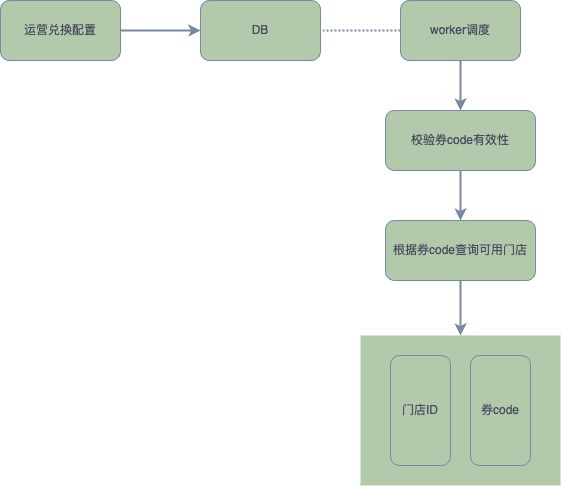
Before: 优惠券兑换缓存存储.png, a diagram exported from draw.io (845642761/diagram). Source tidied: cells renumbered, new cells last; positions are measured from the earlier drawing's top-left corner, leaving out a move shared by most shapes.
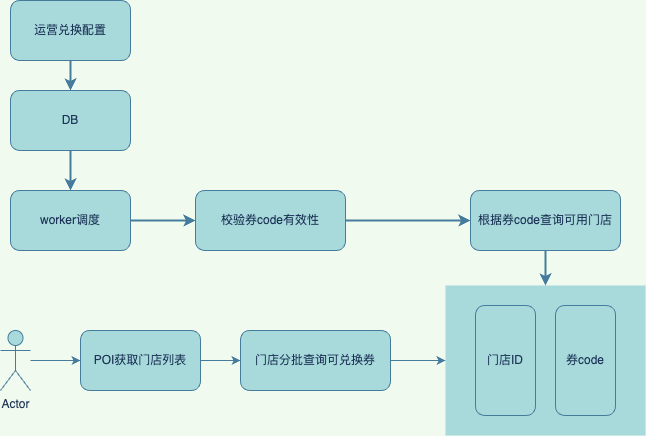
The same file after the commit.

Commit message:
更新优惠券兑换缓存存储.png

Change to the diagram source:
```diff
@@ -1,48 +1,68 @@
-<mxGraphModel>
+<mxGraphModel background="#F1FAEE">
   <root>
     <mxCell id="0" />
     <mxCell id="1" parent="0" />
-    <mxCell id="2" style="edgeStyle=orthogonalEdgeStyle;rounded=0;jettySize=auto;html=1;strokeColor=#788AA3;fontColor=#46495D;fillColor=#B2C9AB;strokeWidth=2;" parent="1" edge="1" source="3" target="4">
+    <mxCell id="2" style="edgeStyle=orthogonalEdgeStyle;rounded=0;jettySize=auto;html=1;strokeColor=#457B9D;fontColor=#1D3557;fillColor=#A8DADC;strokeWidth=2;labelBackgroundColor=#F1FAEE;" parent="1" edge="1" source="3" target="4">
       <mxGeometry relative="1" as="geometry" />
     </mxCell>
-    <mxCell id="3" value="运营兑换配置" style="rounded=1;whiteSpace=wrap;html=1;strokeColor=#788AA3;fontColor=#46495D;fillColor=#B2C9AB;" parent="1" vertex="1">
-      <mxGeometry width="120" height="60" as="geometry" />
+    <mxCell id="3" value="运营兑换配置" style="rounded=1;whiteSpace=wrap;html=1;strokeColor=#457B9D;fontColor=#1D3557;fillColor=#A8DADC;" parent="1" vertex="1">
+      <mxGeometry x="-80" y="-40" width="120" height="60" as="geometry" />
     </mxCell>
+    <mxCell id="16" style="edgeStyle=orthogonalEdgeStyle;rounded=0;jettySize=auto;html=1;strokeColor=#457B9D;fontColor=#1D3557;fillColor=#A8DADC;strokeWidth=2;" parent="1" edge="1" source="4" target="7">
+      <mxGeometry relative="1" as="geometry" />
+    </mxCell>
-    <mxCell id="4" value="DB" style="whiteSpace=wrap;html=1;fillColor=#B2C9AB;strokeColor=#788AA3;fontColor=#46495D;rounded=1;" parent="1" vertex="1">
-      <mxGeometry x="200" width="120" height="60" as="geometry" />
+    <mxCell id="4" value="DB" style="whiteSpace=wrap;html=1;fillColor=#A8DADC;strokeColor=#457B9D;fontColor=#1D3557;rounded=1;" parent="1" vertex="1">
+      <mxGeometry x="-80" y="50" width="120" height="60" as="geometry" />
     </mxCell>
-    <mxCell id="5" style="edgeStyle=orthogonalEdgeStyle;rounded=0;jettySize=auto;html=1;strokeColor=#788AA3;fontColor=#46495D;fillColor=#B2C9AB;strokeWidth=2;" parent="1" edge="1" source="7" target="9">
+    <mxCell id="5" style="edgeStyle=orthogonalEdgeStyle;rounded=0;jettySize=auto;html=1;strokeColor=#457B9D;fontColor=#1D3557;fillColor=#A8DADC;strokeWidth=2;labelBackgroundColor=#F1FAEE;" parent="1" edge="1" source="7" target="9">
       <mxGeometry relative="1" as="geometry" />
     </mxCell>
-    <mxCell id="6" style="edgeStyle=orthogonalEdgeStyle;rounded=0;jettySize=auto;html=1;exitX=0;exitY=0.5;exitDx=0;exitDy=0;strokeColor=#788AA3;fontColor=#46495D;fillColor=#B2C9AB;startArrow=none;startFill=0;dashed=1;dashPattern=1 1;endArrow=none;endFill=0;strokeWidth=2;" parent="1" edge="1" source="7" target="4">
-      <mxGeometry relative="1" as="geometry" />
-    </mxCell>
-    <mxCell id="7" value="worker调度" style="rounded=1;whiteSpace=wrap;html=1;strokeColor=#788AA3;fontColor=#46495D;fillColor=#B2C9AB;" parent="1" vertex="1">
-      <mxGeometry x="400" width="120" height="60" as="geometry" />
+    <mxCell id="7" value="worker调度" style="rounded=1;whiteSpace=wrap;html=1;strokeColor=#457B9D;fontColor=#1D3557;fillColor=#A8DADC;" parent="1" vertex="1">
+      <mxGeometry x="-80" y="150" width="120" height="60" as="geometry" />
     </mxCell>
-    <mxCell id="8" style="edgeStyle=orthogonalEdgeStyle;rounded=0;jettySize=auto;html=1;entryX=0.5;entryY=0;entryDx=0;entryDy=0;strokeColor=#788AA3;fontColor=#46495D;startArrow=none;startFill=0;fillColor=#B2C9AB;strokeWidth=2;" parent="1" edge="1" source="9" target="15">
+    <mxCell id="8" style="edgeStyle=orthogonalEdgeStyle;rounded=0;jettySize=auto;html=1;entryX=0;entryY=0.5;entryDx=0;entryDy=0;strokeColor=#457B9D;fontColor=#1D3557;startArrow=none;startFill=0;fillColor=#A8DADC;strokeWidth=2;labelBackgroundColor=#F1FAEE;" parent="1" edge="1" source="9" target="15">
       <mxGeometry relative="1" as="geometry" />
     </mxCell>
-    <mxCell id="9" value="校验券code有效性" style="whiteSpace=wrap;html=1;fillColor=#B2C9AB;strokeColor=#788AA3;fontColor=#46495D;rounded=1;" parent="1" vertex="1">
-      <mxGeometry x="385" y="110" width="150" height="60" as="geometry" />
+    <mxCell id="9" value="校验券code有效性" style="whiteSpace=wrap;html=1;fillColor=#A8DADC;strokeColor=#457B9D;fontColor=#1D3557;rounded=1;" parent="1" vertex="1">
+      <mxGeometry x="105" y="150" width="150" height="60" as="geometry" />
     </mxCell>
-    <mxCell id="10" style="group;fontColor=#46495D;" parent="1" vertex="1">
-      <mxGeometry x="360" y="335" width="200" height="150" as="geometry" />
+    <mxCell id="10" style="group;fontColor=#1D3557;" parent="1" vertex="1">
+      <mxGeometry x="355" y="245" width="200" height="150" as="geometry" />
     </mxCell>
-    <mxCell id="11" style="rounded=0;whiteSpace=wrap;html=1;strokeColor=none;fillColor=#B2C9AB;fontColor=#46495D;" parent="10" vertex="1">
+    <mxCell id="11" style="rounded=0;whiteSpace=wrap;html=1;strokeColor=none;fillColor=#A8DADC;fontColor=#1D3557;" parent="10" vertex="1">
       <mxGeometry width="200" height="150" as="geometry" />
     </mxCell>
-    <mxCell id="12" value="门店ID" style="whiteSpace=wrap;html=1;fillColor=#B2C9AB;strokeColor=#788AA3;fontColor=#46495D;rounded=1;" parent="10" vertex="1">
+    <mxCell id="12" value="门店ID" style="whiteSpace=wrap;html=1;fillColor=#A8DADC;strokeColor=#457B9D;fontColor=#1D3557;rounded=1;" parent="10" vertex="1">
       <mxGeometry x="30" y="20" width="60" height="110" as="geometry" />
     </mxCell>
-    <mxCell id="13" value="券code" style="whiteSpace=wrap;html=1;fillColor=#B2C9AB;strokeColor=#788AA3;fontColor=#46495D;rounded=1;" parent="10" vertex="1">
+    <mxCell id="13" value="券code" style="whiteSpace=wrap;html=1;fillColor=#A8DADC;strokeColor=#457B9D;fontColor=#1D3557;rounded=1;" parent="10" vertex="1">
       <mxGeometry x="110" y="20" width="60" height="110" as="geometry" />
     </mxCell>
-    <mxCell id="14" style="edgeStyle=orthogonalEdgeStyle;rounded=0;jettySize=auto;html=1;strokeColor=#788AA3;fontColor=#46495D;startArrow=none;startFill=0;fillColor=#B2C9AB;strokeWidth=2;" parent="1" edge="1" source="15" target="11">
+    <mxCell id="14" style="edgeStyle=orthogonalEdgeStyle;rounded=0;jettySize=auto;html=1;strokeColor=#457B9D;fontColor=#1D3557;startArrow=none;startFill=0;fillColor=#A8DADC;strokeWidth=2;labelBackgroundColor=#F1FAEE;" parent="1" edge="1" source="15" target="11">
       <mxGeometry relative="1" as="geometry" />
     </mxCell>
-    <mxCell id="15" value="根据券code查询可用门店" style="whiteSpace=wrap;html=1;fillColor=#B2C9AB;strokeColor=#788AA3;fontColor=#46495D;rounded=1;" parent="1" vertex="1">
-      <mxGeometry x="385" y="220" width="150" height="60" as="geometry" />
+    <mxCell id="15" value="根据券code查询可用门店" style="whiteSpace=wrap;html=1;fillColor=#A8DADC;strokeColor=#457B9D;fontColor=#1D3557;rounded=1;" parent="1" vertex="1">
+      <mxGeometry x="380" y="150" width="150" height="60" as="geometry" />
     </mxCell>
+    <mxCell id="17" style="edgeStyle=orthogonalEdgeStyle;rounded=0;jettySize=auto;html=1;entryX=0;entryY=0.5;entryDx=0;entryDy=0;strokeColor=#457B9D;fontColor=#1D3557;fillColor=#A8DADC;" parent="1" edge="1" source="18" target="20">
+      <mxGeometry relative="1" as="geometry" />
+    </mxCell>
+    <mxCell id="18" value="Actor" style="shape=umlActor;verticalLabelPosition=bottom;verticalAlign=top;html=1;outlineConnect=0;strokeColor=#457B9D;fontColor=#1D3557;fillColor=#A8DADC;" parent="1" vertex="1">
+      <mxGeometry x="-90" y="290" width="30" height="60" as="geometry" />
+    </mxCell>
+    <mxCell id="19" style="edgeStyle=orthogonalEdgeStyle;rounded=0;jettySize=auto;html=1;strokeColor=#457B9D;fontColor=#1D3557;fillColor=#A8DADC;" parent="1" edge="1" source="20">
+      <mxGeometry relative="1" as="geometry">
+        <mxPoint x="150" y="320" as="targetPoint" />
+      </mxGeometry>
+    </mxCell>
+    <mxCell id="20" value="POI获取门店列表" style="rounded=1;whiteSpace=wrap;html=1;strokeColor=#457B9D;fontColor=#1D3557;fillColor=#A8DADC;" parent="1" vertex="1">
+      <mxGeometry x="-10" y="290" width="120" height="60" as="geometry" />
+    </mxCell>
+    <mxCell id="21" style="edgeStyle=orthogonalEdgeStyle;rounded=0;jettySize=auto;html=1;strokeColor=#457B9D;fontColor=#1D3557;fillColor=#A8DADC;" parent="1" edge="1" source="22" target="11">
+      <mxGeometry relative="1" as="geometry" />
+    </mxCell>
+    <mxCell id="22" value="门店分批查询可兑换券" style="whiteSpace=wrap;html=1;fillColor=#A8DADC;strokeColor=#457B9D;fontColor=#1D3557;rounded=1;" parent="1" vertex="1">
+      <mxGeometry x="150" y="290" width="150" height="60" as="geometry" />
+    </mxCell>
   </root>
 </mxGraphModel>
```
